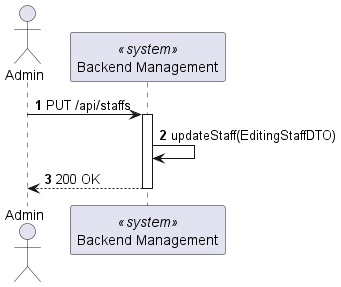
Lapr5G21/sem5pi-24-25-3ddg21 keeps this PlantUML diagram as docs/StaffProfileUpdate/views/level2/process-view.png. Above is the earlier version.
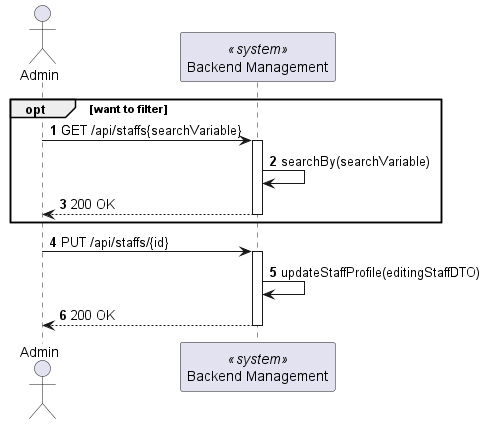
After the commit.

What changed in the source:
```diff
@@ -1,15 +1,22 @@
-@startuml
+@startuml StaffProfileUpdate(level2)
 
 autonumber
 actor Admin as "Admin"
 participant SYS as "Backend Management" <<system>>
 
-Admin-> SYS : PUT /api/staffs
+opt want to filter
+    Admin -> SYS : GET /api/staffs{searchVariable}
+    activate SYS
+
+    SYS -> SYS : searchBy(searchVariable)
+    Admin <-- SYS : 200 OK
+    deactivate SYS
+end
+Admin-> SYS : PUT /api/staffs/{id}
 activate SYS
 
-SYS -> SYS : updateStaff(EditingStaffDTO)
+SYS -> SYS : updateStaffProfile(editingStaffDTO)
 Admin <-- SYS : 200 OK
 deactivate SYS
 
-
 @enduml
```
